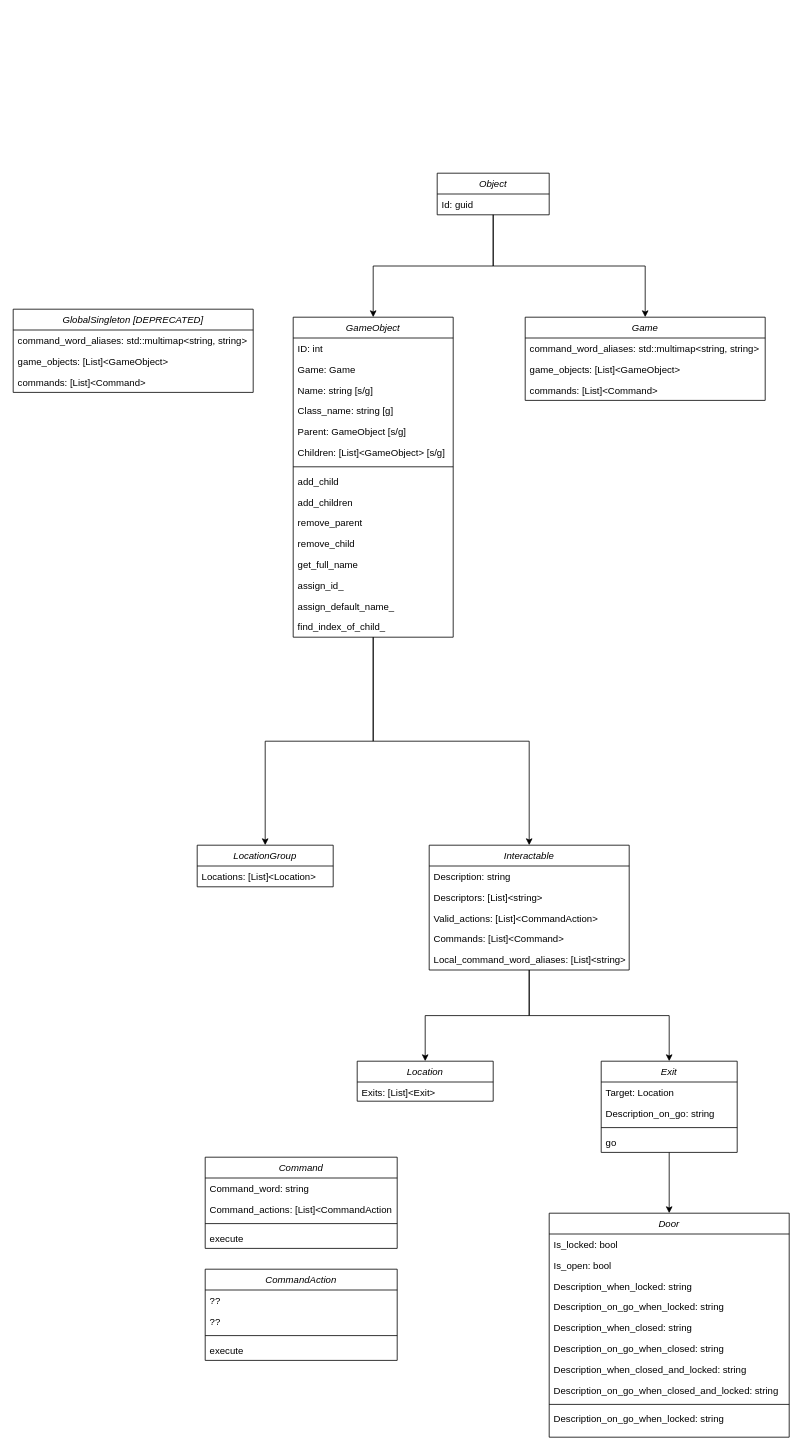
seedback/TBGE keeps this draw.io diagram as notes/Classes.drawio. Above is the earlier version. Source tidied: cells renumbered, new cells numbered last; positions are measured from the earlier drawing's top-left corner, leaving out a move shared by most shapes. Both pictures are drawn from the tidied source at 80%, with x=0, y=0 at pixel (13, 173).
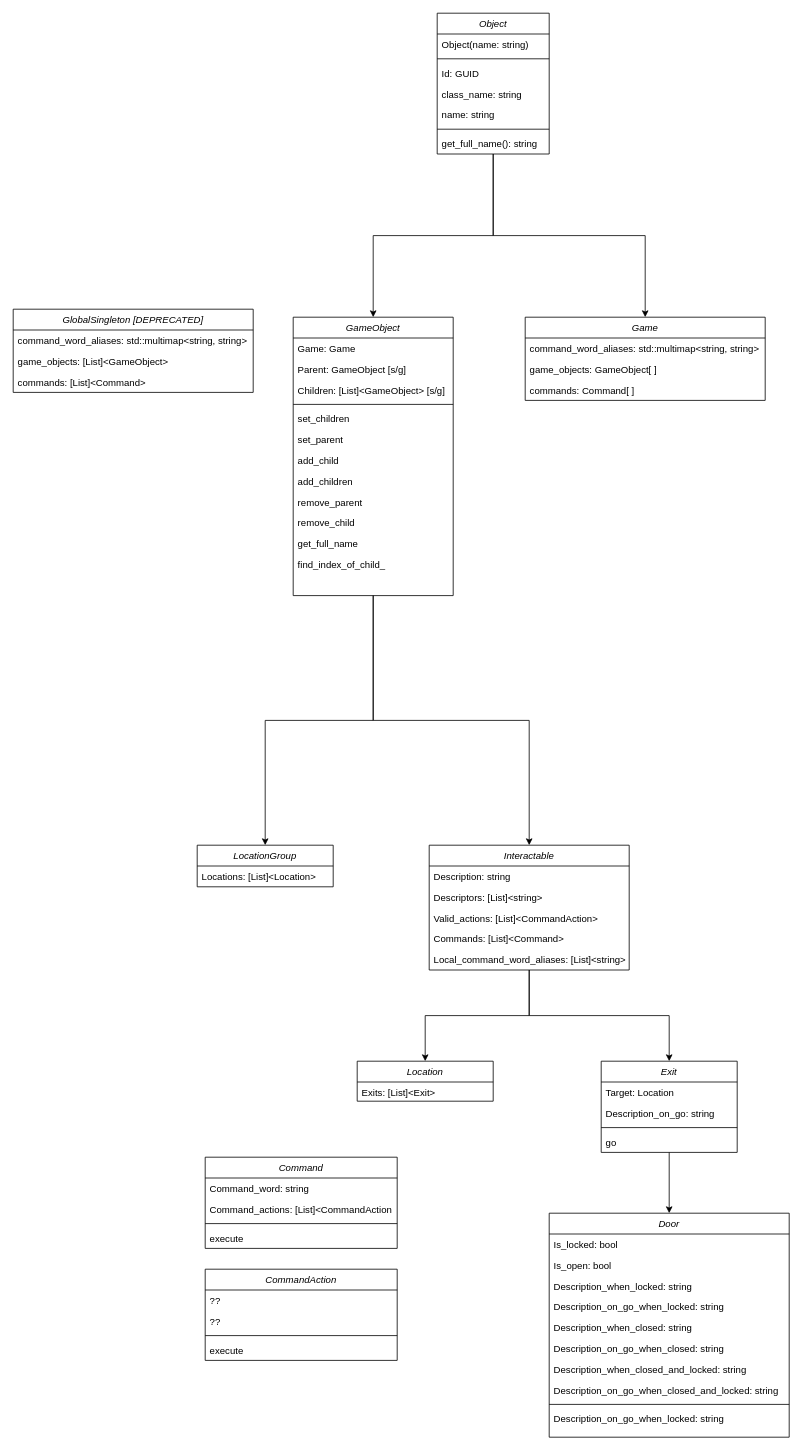
The same page after the edit.

Commit message (it also covers changes not shown here):
Add object class and tests

The change refers to these unchanged cells:
```xml
<mxCell id="63" value="Game" style="swimlane;fontStyle=2;align=center;verticalAlign=top;horizontal=1;startSize=26;rounded=0;shadow=0;strokeWidth=1;" parent="1" vertex="1">
  <mxGeometry x="640" y="180" width="300" height="104" as="geometry" />
</mxCell>
```

What changed in the source:
```diff
@@
     <mxCell id="4" value="GameObject" style="swimlane;fontStyle=2;align=center;verticalAlign=top;horizontal=1;startSize=26;rounded=0;shadow=0;strokeWidth=1;" parent="1" vertex="1">
-      <mxGeometry x="350" y="180" width="200" height="400" as="geometry" />
+      <mxGeometry x="350" y="180" width="200" height="348" as="geometry" />
     </mxCell>
-    <mxCell id="5" value="ID: int" style="text;align=left;verticalAlign=top;spacingLeft=4;spacingRight=4;overflow=hidden;" parent="4" vertex="1">
-      <mxGeometry y="26" width="200" height="26" as="geometry" />
-    </mxCell>
     <mxCell id="6" value="Game: Game" style="text;align=left;verticalAlign=top;spacingLeft=4;spacingRight=4;overflow=hidden;" parent="4" vertex="1">
-      <mxGeometry y="52" width="200" height="26" as="geometry" />
+      <mxGeometry y="26" width="200" height="26" as="geometry" />
     </mxCell>
-    <mxCell id="7" value="Name: string [s/g]" style="text;align=left;verticalAlign=top;spacingLeft=4;spacingRight=4;overflow=hidden;rounded=0;shadow=0;html=0;" parent="4" vertex="1">
-      <mxGeometry y="78" width="200" height="26" as="geometry" />
-    </mxCell>
-    <mxCell id="8" value="Class_name: string [g]" style="text;align=left;verticalAlign=top;spacingLeft=4;spacingRight=4;overflow=hidden;rounded=0;shadow=0;html=0;" parent="4" vertex="1">
-      <mxGeometry y="104" width="200" height="26" as="geometry" />
-    </mxCell>
     <mxCell id="9" value="Parent: GameObject [s/g]" style="text;align=left;verticalAlign=top;spacingLeft=4;spacingRight=4;overflow=hidden;rounded=0;shadow=0;html=0;" parent="4" vertex="1">
-      <mxGeometry y="130" width="200" height="26" as="geometry" />
+      <mxGeometry y="52" width="200" height="26" as="geometry" />
     </mxCell>
     <mxCell id="10" value="Children: [List]&lt;GameObject&gt; [s/g]" style="text;align=left;verticalAlign=top;spacingLeft=4;spacingRight=4;overflow=hidden;rounded=0;shadow=0;html=0;" parent="4" vertex="1">
-      <mxGeometry y="156" width="200" height="26" as="geometry" />
+      <mxGeometry y="78" width="200" height="26" as="geometry" />
     </mxCell>
     <mxCell id="11" style="line;html=1;strokeWidth=1;align=left;verticalAlign=middle;spacingTop=-1;spacingLeft=3;spacingRight=3;labelPosition=right;" parent="4" vertex="1">
-      <mxGeometry y="182" width="200" height="10" as="geometry" />
+      <mxGeometry y="104" width="200" height="10" as="geometry" />
     </mxCell>
+    <mxCell id="71" value="set_children" style="text;align=left;verticalAlign=top;spacingLeft=4;spacingRight=4;overflow=hidden;rounded=0;shadow=0;html=0;" parent="4" vertex="1">
+      <mxGeometry y="114" width="200" height="26" as="geometry" />
+    </mxCell>
+    <mxCell id="72" value="set_parent" style="text;align=left;verticalAlign=top;spacingLeft=4;spacingRight=4;overflow=hidden;rounded=0;shadow=0;html=0;" parent="4" vertex="1">
+      <mxGeometry y="140" width="200" height="26" as="geometry" />
+    </mxCell>
     <mxCell id="12" value="add_child" style="text;align=left;verticalAlign=top;spacingLeft=4;spacingRight=4;overflow=hidden;rounded=0;shadow=0;html=0;" parent="4" vertex="1">
-      <mxGeometry y="192" width="200" height="26" as="geometry" />
+      <mxGeometry y="166" width="200" height="26" as="geometry" />
     </mxCell>
     <mxCell id="13" value="add_children" style="text;align=left;verticalAlign=top;spacingLeft=4;spacingRight=4;overflow=hidden;rounded=0;shadow=0;html=0;" parent="4" vertex="1">
-      <mxGeometry y="218" width="200" height="26" as="geometry" />
+      <mxGeometry y="192" width="200" height="26" as="geometry" />
     </mxCell>
     <mxCell id="14" value="remove_parent" style="text;align=left;verticalAlign=top;spacingLeft=4;spacingRight=4;overflow=hidden;rounded=0;shadow=0;html=0;" parent="4" vertex="1">
-      <mxGeometry y="244" width="200" height="26" as="geometry" />
+      <mxGeometry y="218" width="200" height="26" as="geometry" />
     </mxCell>
     <mxCell id="15" value="remove_child" style="text;align=left;verticalAlign=top;spacingLeft=4;spacingRight=4;overflow=hidden;rounded=0;shadow=0;html=0;" parent="4" vertex="1">
-      <mxGeometry y="270" width="200" height="26" as="geometry" />
+      <mxGeometry y="244" width="200" height="26" as="geometry" />
     </mxCell>
     <mxCell id="16" value="get_full_name" style="text;align=left;verticalAlign=top;spacingLeft=4;spacingRight=4;overflow=hidden;rounded=0;shadow=0;html=0;" parent="4" vertex="1">
-      <mxGeometry y="296" width="200" height="26" as="geometry" />
+      <mxGeometry y="270" width="200" height="26" as="geometry" />
     </mxCell>
-    <mxCell id="17" value="assign_id_" style="text;align=left;verticalAlign=top;spacingLeft=4;spacingRight=4;overflow=hidden;rounded=0;shadow=0;html=0;" parent="4" vertex="1">
-      <mxGeometry y="322" width="200" height="26" as="geometry" />
-    </mxCell>
-    <mxCell id="18" value="assign_default_name_" style="text;align=left;verticalAlign=top;spacingLeft=4;spacingRight=4;overflow=hidden;rounded=0;shadow=0;html=0;" parent="4" vertex="1">
-      <mxGeometry y="348" width="200" height="26" as="geometry" />
-    </mxCell>
     <mxCell id="19" value="find_index_of_child_" style="text;align=left;verticalAlign=top;spacingLeft=4;spacingRight=4;overflow=hidden;rounded=0;shadow=0;html=0;" parent="4" vertex="1">
-      <mxGeometry y="374" width="200" height="26" as="geometry" />
+      <mxGeometry y="296" width="200" height="26" as="geometry" />
     </mxCell>
@@
-    <mxCell id="65" value="game_objects: [List]&lt;GameObject&gt;" style="text;align=left;verticalAlign=top;spacingLeft=4;spacingRight=4;overflow=hidden;" parent="63" vertex="1">
+    <mxCell id="65" value="game_objects: GameObject[ ]" style="text;align=left;verticalAlign=top;spacingLeft=4;spacingRight=4;overflow=hidden;" parent="63" vertex="1">
       <mxGeometry y="52" width="300" height="26" as="geometry" />
     </mxCell>
-    <mxCell id="66" value="commands: [List]&lt;Command&gt;" style="text;align=left;verticalAlign=top;spacingLeft=4;spacingRight=4;overflow=hidden;" parent="63" vertex="1">
+    <mxCell id="66" value="commands: Command[ ]" style="text;align=left;verticalAlign=top;spacingLeft=4;spacingRight=4;overflow=hidden;" parent="63" vertex="1">
       <mxGeometry y="78" width="300" height="26" as="geometry" />
     </mxCell>
@@
     <mxCell id="69" value="Object" style="swimlane;fontStyle=2;align=center;verticalAlign=top;horizontal=1;startSize=26;rounded=0;shadow=0;strokeWidth=1;" parent="1" vertex="1">
-      <mxGeometry x="530" width="140" height="52" as="geometry" />
+      <mxGeometry x="530" y="-200" width="140" height="176" as="geometry" />
     </mxCell>
+    <mxCell id="73" value="Object(name: string)" style="text;align=left;verticalAlign=top;spacingLeft=4;spacingRight=4;overflow=hidden;" parent="69" vertex="1">
+      <mxGeometry y="26" width="140" height="26" as="geometry" />
+    </mxCell>
+    <mxCell id="74" style="line;html=1;strokeWidth=1;align=left;verticalAlign=middle;spacingTop=-1;spacingLeft=3;spacingRight=3;labelPosition=right;" parent="69" vertex="1">
+      <mxGeometry y="52" width="140" height="10" as="geometry" />
+    </mxCell>
-    <mxCell id="70" value="Id: guid&#10;" style="text;align=left;verticalAlign=top;spacingLeft=4;spacingRight=4;overflow=hidden;" parent="69" vertex="1">
-      <mxGeometry y="26" width="140" height="26" as="geometry" />
+    <mxCell id="70" value="Id: GUID" style="text;align=left;verticalAlign=top;spacingLeft=4;spacingRight=4;overflow=hidden;" parent="69" vertex="1">
+      <mxGeometry y="62" width="140" height="26" as="geometry" />
     </mxCell>
+    <mxCell id="75" value="class_name: string " style="text;align=left;verticalAlign=top;spacingLeft=4;spacingRight=4;overflow=hidden;" parent="69" vertex="1">
+      <mxGeometry y="88" width="140" height="26" as="geometry" />
+    </mxCell>
+    <mxCell id="76" value="name: string" style="text;align=left;verticalAlign=top;spacingLeft=4;spacingRight=4;overflow=hidden;" parent="69" vertex="1">
+      <mxGeometry y="114" width="140" height="26" as="geometry" />
+    </mxCell>
+    <mxCell id="77" style="line;html=1;strokeWidth=1;align=left;verticalAlign=middle;spacingTop=-1;spacingLeft=3;spacingRight=3;labelPosition=right;" parent="69" vertex="1">
+      <mxGeometry y="140" width="140" height="10" as="geometry" />
+    </mxCell>
+    <mxCell id="78" value="get_full_name(): string" style="text;align=left;verticalAlign=top;spacingLeft=4;spacingRight=4;overflow=hidden;" parent="69" vertex="1">
+      <mxGeometry y="150" width="140" height="26" as="geometry" />
+    </mxCell>
```
